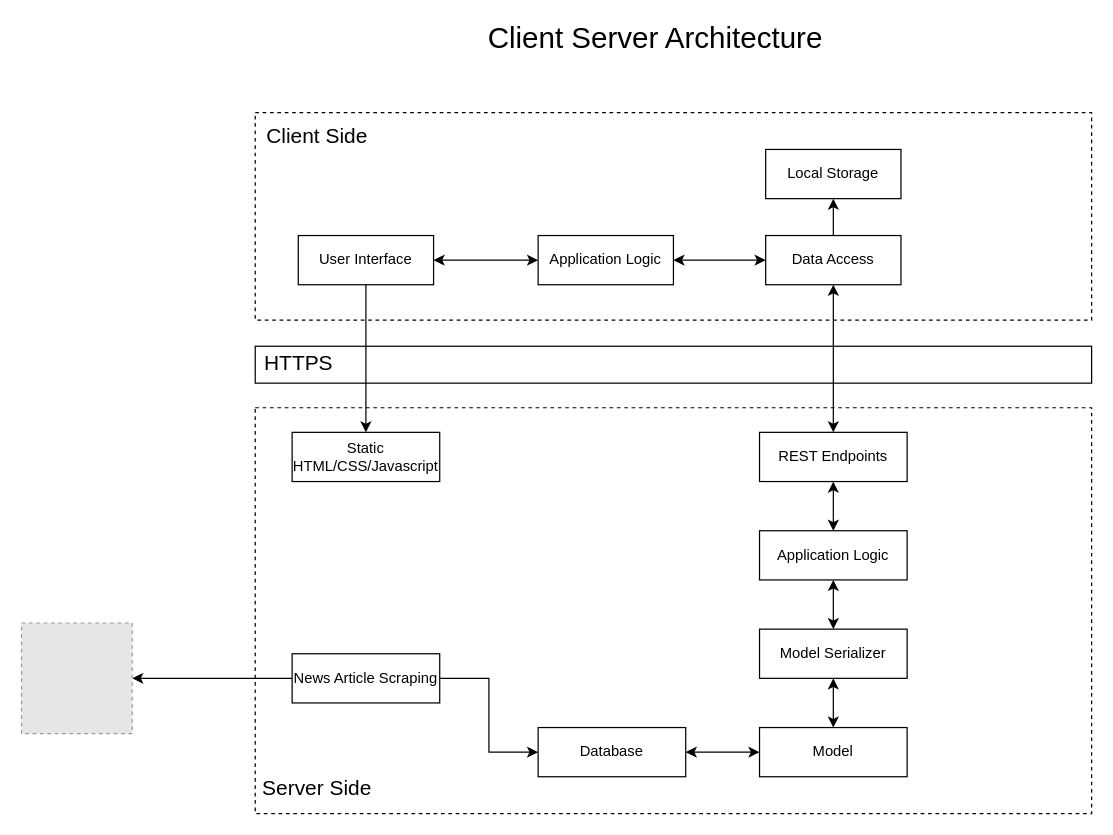
Above: Application Architecture.drawio in MarkyMan4/capstone-planning (draw.io), before the change. Source tidied: cells renumbered, new cells numbered last; positions are measured from the earlier drawing's top-left corner, leaving out a move shared by most shapes. Both pictures are drawn from the tidied source at 123%, with x=0, y=0 at pixel (21, 26). Pictures stored in the file or linked from it are replaced by grey dashed boxes.
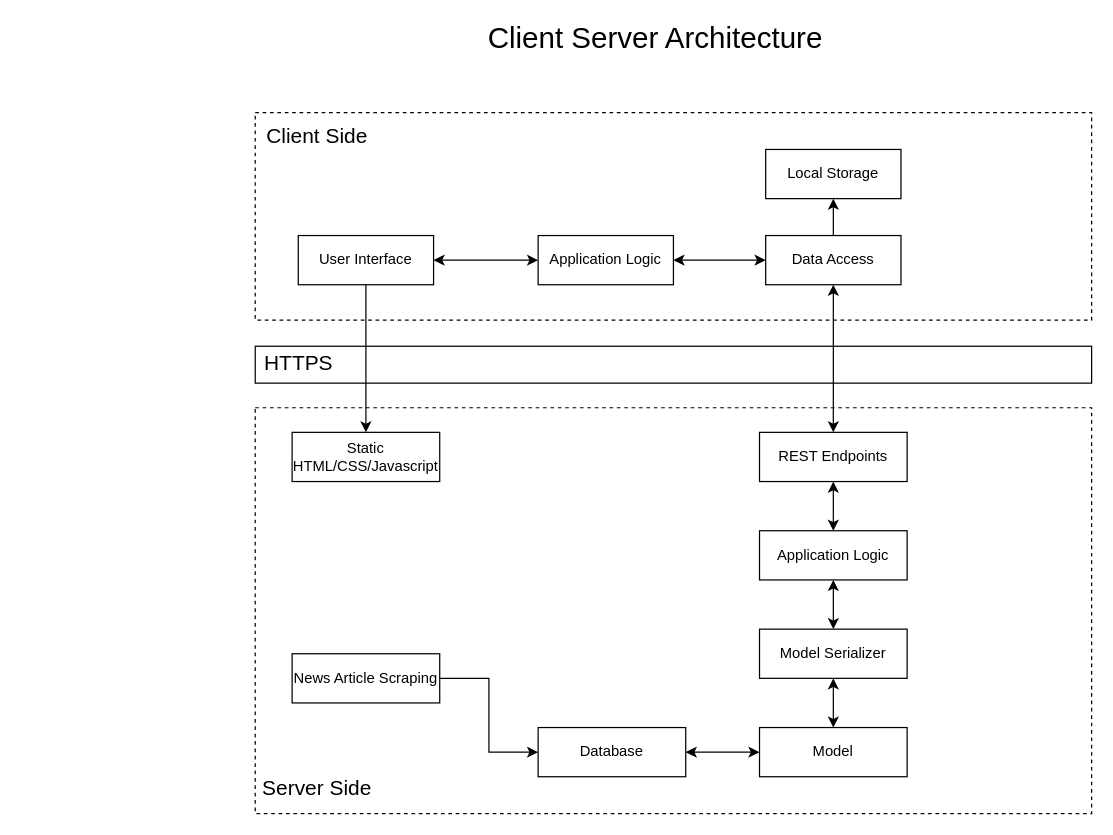
The same diagram, later.

The change refers to these unchanged cells:
```xml
<mxCell id="30" value="News Article Scraping" style="rounded=0;whiteSpace=wrap;html=1;" parent="1" vertex="1">
  <mxGeometry x="220" y="510" width="120" height="40" as="geometry" />
</mxCell>
```

What changed in the source:
```diff
@@
-    <mxCell id="28" style="edgeStyle=orthogonalEdgeStyle;rounded=0;jettySize=auto;html=1;exitX=0;exitY=0.5;exitDx=0;exitDy=0;entryX=1;entryY=0.5;entryDx=0;entryDy=0;" parent="1" edge="1" source="30" target="31">
-      <mxGeometry relative="1" as="geometry" />
-    </mxCell>
@@
-    <mxCell id="31" style="fillColor=#E6E6E6;strokeColor=#999999;dashed=1;verticalLabelPosition=bottom;labelBackgroundColor=#ffffff;verticalAlign=top;" parent="1" vertex="1">
-      <mxGeometry y="485" width="90" height="90" as="geometry" />
-    </mxCell>
```
